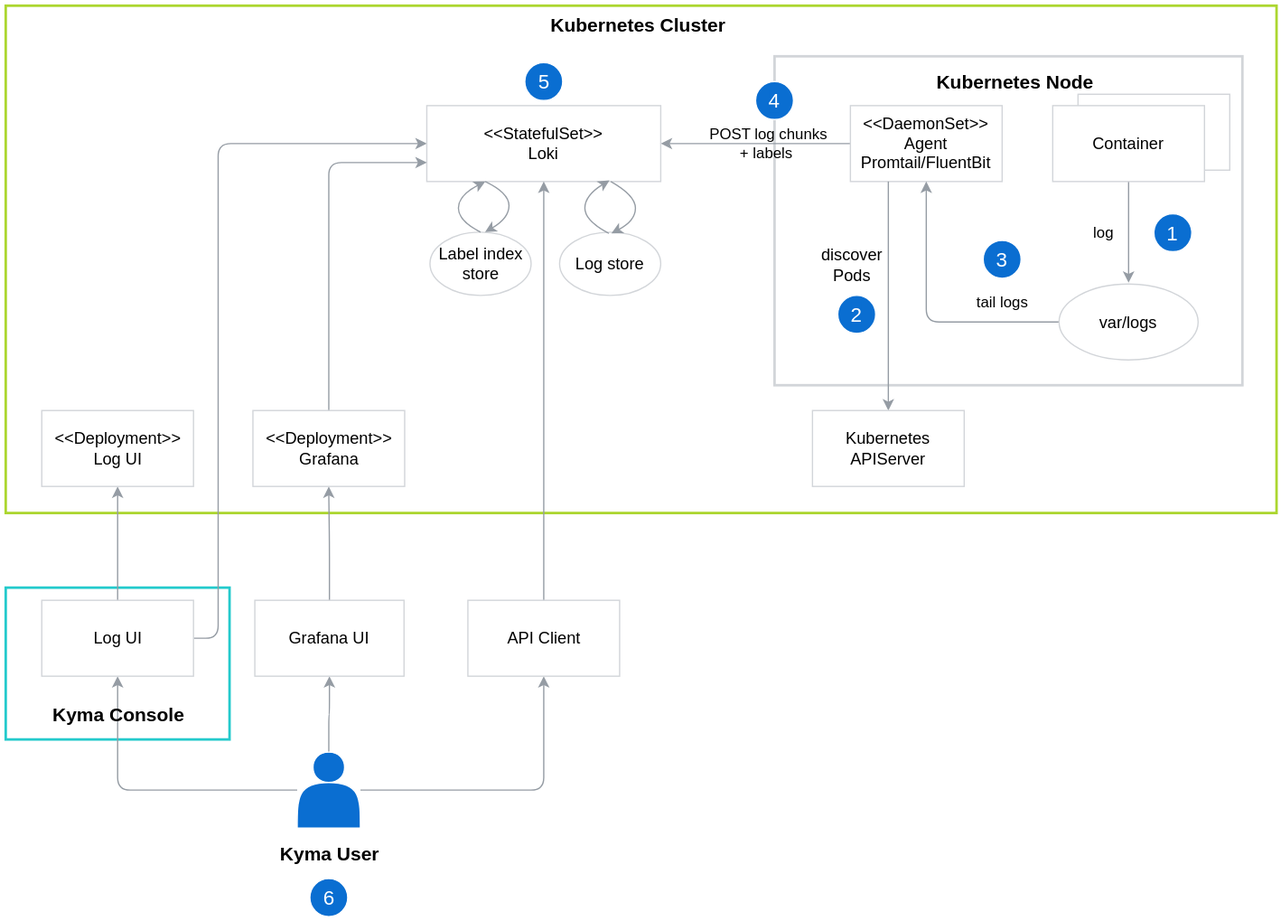
Before: docs/logging/assets/logging-architecture.svg, a diagram exported from draw.io (kyma-project/kyma). Source tidied: cells renumbered, new cells last; positions are measured from the earlier drawing's top-left corner, leaving out a move shared by most shapes.
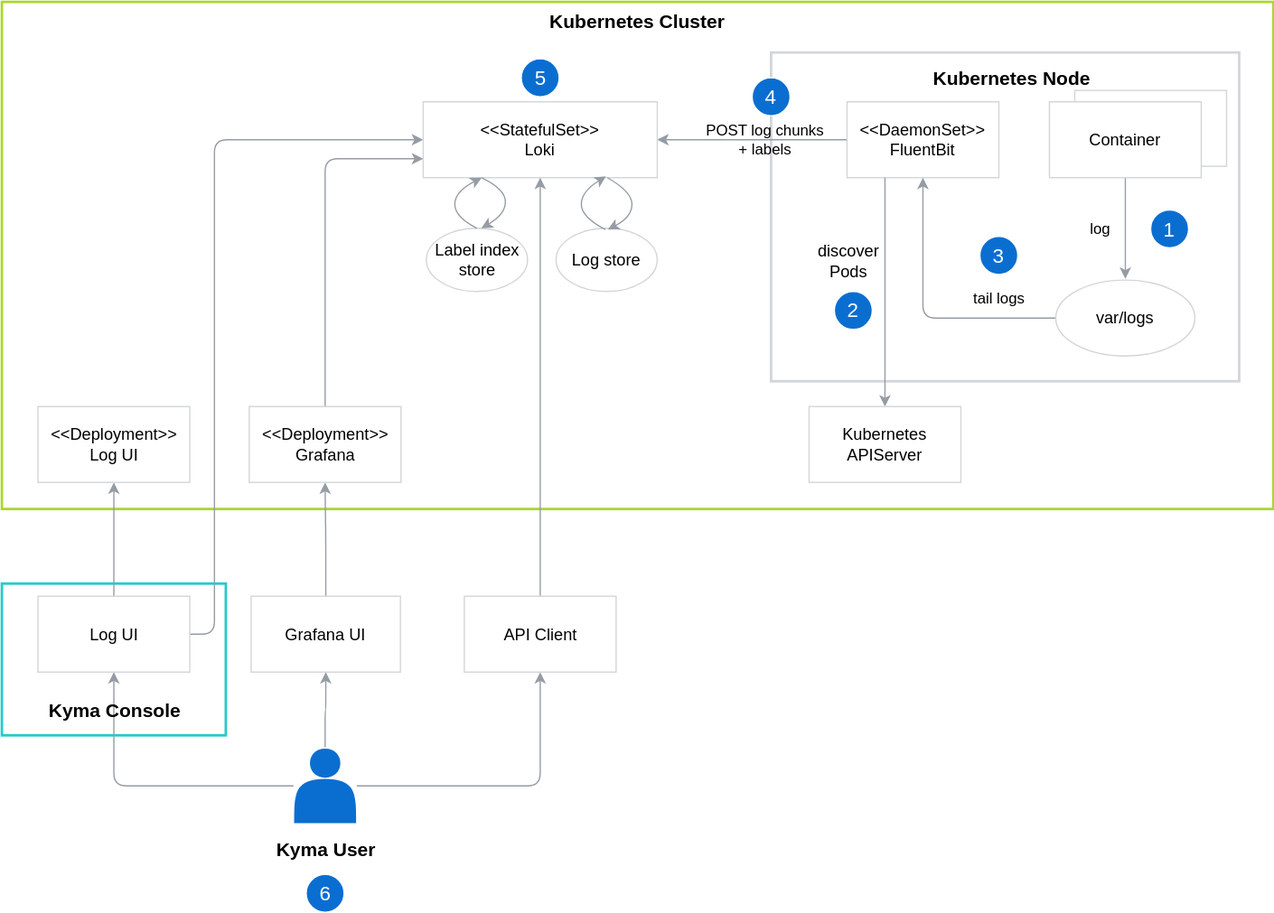
Above is the later version.

Commit message:
Upd logging architecture (#10431)

* removed "Agent Promtail"

* removed 2 words

The edit, as a diff of the source:
```diff
@@ -52,7 +52,7 @@
     <mxCell id="16" value="&amp;lt;&amp;lt;StatefulSet&amp;gt;&amp;gt;&lt;br style=&quot;font-size: 13px&quot;&gt;Loki" style="rounded=0;whiteSpace=wrap;html=1;strokeColor=#D2D5D9;fillColor=none;gradientColor=none;fontSize=13;" parent="1" vertex="1">
       <mxGeometry x="333" y="79" width="185" height="60" as="geometry" />
     </mxCell>
-    <mxCell id="17" value="&amp;lt;&amp;lt;DaemonSet&amp;gt;&amp;gt;&lt;br style=&quot;font-size: 13px&quot;&gt;Agent &lt;br&gt;Promtail/FluentBit" style="rounded=0;whiteSpace=wrap;html=1;strokeColor=#D2D5D9;fillColor=none;gradientColor=none;fontSize=13;" parent="1" vertex="1">
+    <mxCell id="17" value="&amp;lt;&amp;lt;DaemonSet&amp;gt;&amp;gt;&lt;br style=&quot;font-size: 13px&quot;&gt;FluentBit" style="rounded=0;whiteSpace=wrap;html=1;strokeColor=#D2D5D9;fillColor=none;gradientColor=none;fontSize=13;" parent="1" vertex="1">
       <mxGeometry x="668" y="79" width="120" height="60" as="geometry" />
     </mxCell>
     <mxCell id="18" style="edgeStyle=orthogonalEdgeStyle;rounded=1;jettySize=auto;html=1;entryX=0.5;entryY=1;entryDx=0;entryDy=0;strokeColor=#959CA4;fontColor=#FFFFFF;" parent="1" edge="1" source="19" target="16">
```
